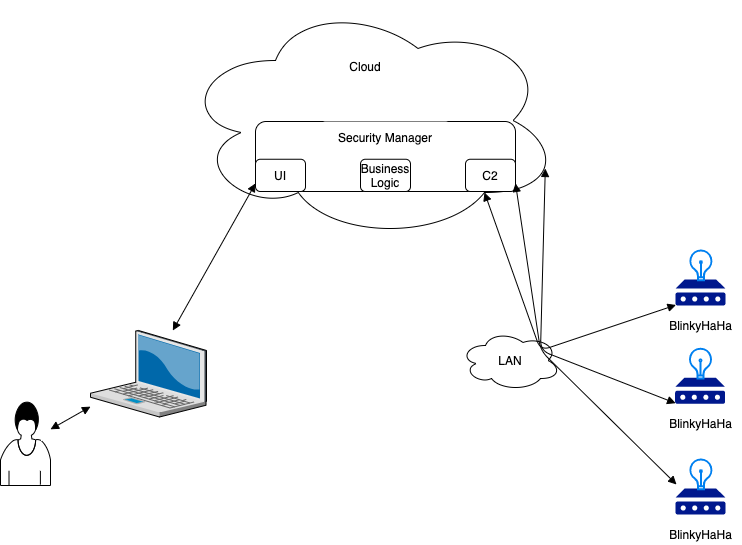
Before: SBOM-PoC/sFractalScenarios/arch.05.cloud.blinky.png, a diagram exported from draw.io (oasis-tcs/openc2-usecases). Source tidied: cells renumbered, new cells last; positions are measured from the earlier drawing's top-left corner, leaving out a move shared by most shapes.
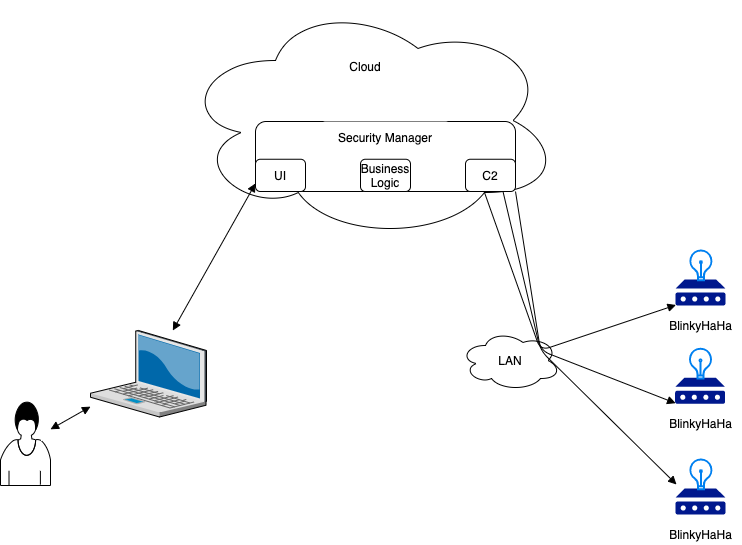
After the commit.

What changed in the source:
```diff
@@ -65,21 +65,21 @@
     <mxCell id="22" value="BlinkyHaHa" style="text;html=1;align=center;verticalAlign=middle;fillColor=none;strokeColor=none;rounded=0;" parent="1" vertex="1">
       <mxGeometry x="660.4" y="524" width="80" height="20" as="geometry" />
     </mxCell>
-    <mxCell id="23" style="endArrow=block;startArrow=block;endFill=1;startFill=1;html=1;entryX=0.02;entryY=-0.154;entryDx=0;entryDy=0;entryPerimeter=0;exitX=1;exitY=0.75;exitDx=0;exitDy=0;" parent="1" edge="1" source="8" target="20">
+    <mxCell id="23" style="endArrow=block;startArrow=none;endFill=1;startFill=0;html=1;entryX=0.02;entryY=-0.154;entryDx=0;entryDy=0;entryPerimeter=0;exitX=0.75;exitY=1;exitDx=0;exitDy=0;" parent="1" edge="1" source="8" target="20">
       <mxGeometry relative="1" as="geometry">
         <Array as="points">
           <mxPoint x="540" y="350" />
         </Array>
       </mxGeometry>
     </mxCell>
-    <mxCell id="24" style="endArrow=block;startArrow=block;endFill=1;startFill=1;html=1;entryX=0.01;entryY=0.98;entryDx=0;entryDy=0;entryPerimeter=0;exitX=0.8;exitY=0.8;exitDx=0;exitDy=0;exitPerimeter=0;" parent="1" edge="1" source="4" target="14">
+    <mxCell id="24" style="endArrow=block;startArrow=none;endFill=1;startFill=0;html=1;entryX=0.01;entryY=0.98;entryDx=0;entryDy=0;entryPerimeter=0;exitX=0.8;exitY=0.8;exitDx=0;exitDy=0;exitPerimeter=0;" parent="1" edge="1" source="4" target="14">
       <mxGeometry relative="1" as="geometry">
         <Array as="points">
           <mxPoint x="540" y="350" />
         </Array>
       </mxGeometry>
     </mxCell>
-    <mxCell id="25" style="endArrow=block;startArrow=block;endFill=1;startFill=1;html=1;entryX=0.01;entryY=0.98;entryDx=0;entryDy=0;entryPerimeter=0;exitX=0.96;exitY=0.7;exitDx=0;exitDy=0;exitPerimeter=0;" parent="1" edge="1" source="4" target="17">
+    <mxCell id="25" style="endArrow=block;startArrow=none;endFill=1;startFill=0;html=1;entryX=0.01;entryY=0.98;entryDx=0;entryDy=0;entryPerimeter=0;exitX=1;exitY=1;exitDx=0;exitDy=0;" parent="1" edge="1" source="8" target="17">
       <mxGeometry relative="1" as="geometry">
         <Array as="points">
           <mxPoint x="540" y="350" />
```
